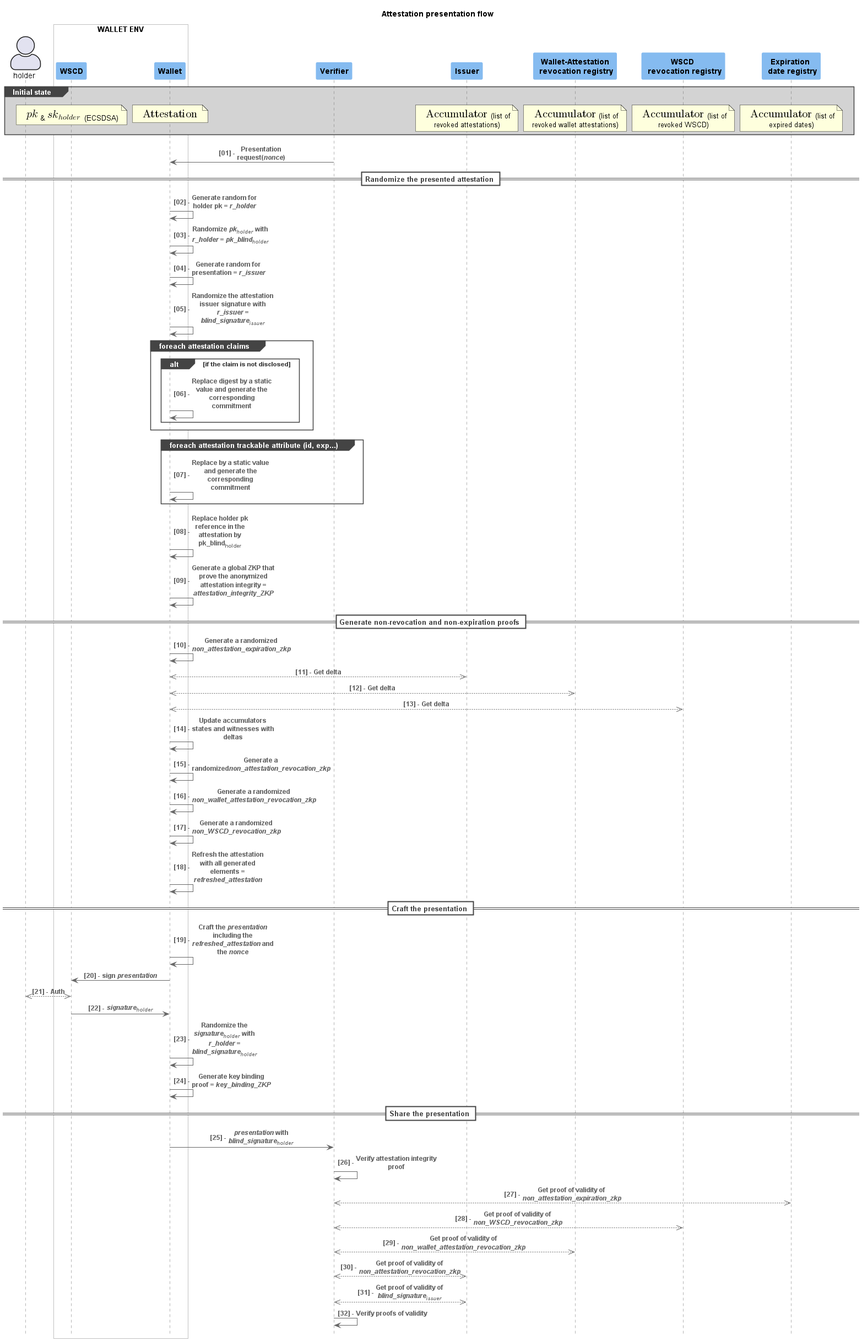
Before: media/1/presentation.png, a diagram exported from PlantUML (Orange-OpenSource/BBS-SHARP-doc-eudi-wallet).
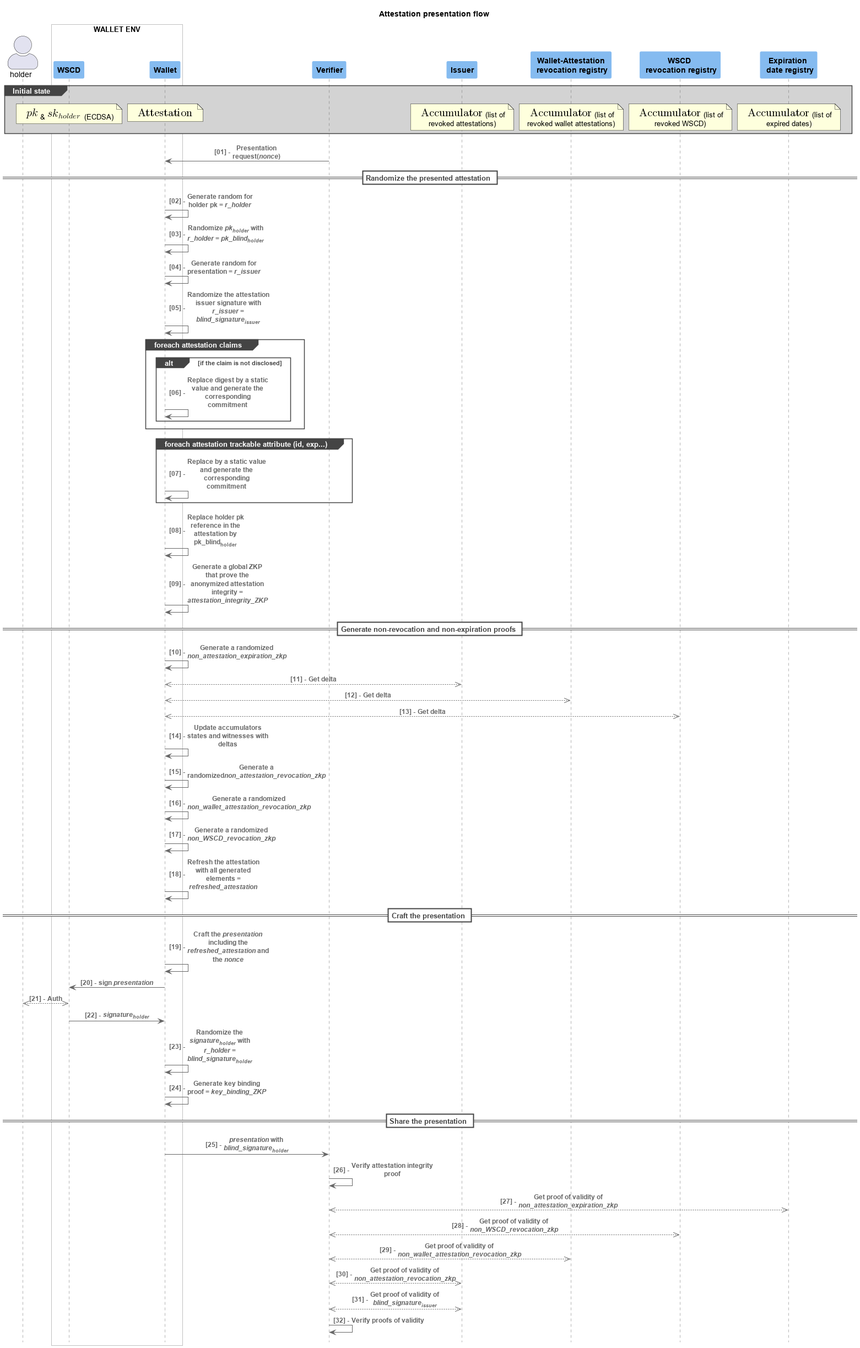
After the commit.

Commit message:
Add section : Combined presentation of attestations

Diff of the diagram source:
```diff
@@ -42,7 +42,7 @@
 
 group #LightGrey Initial state
     /note over wscd
-        <math>pk</math>&<math>sk_(holder)</math> (ECSDSA)
+        <math>pk</math>&<math>sk_(holder)</math> (ECDSA)
     end note
     /note over w
         <math>"Attestation"</math>
```
